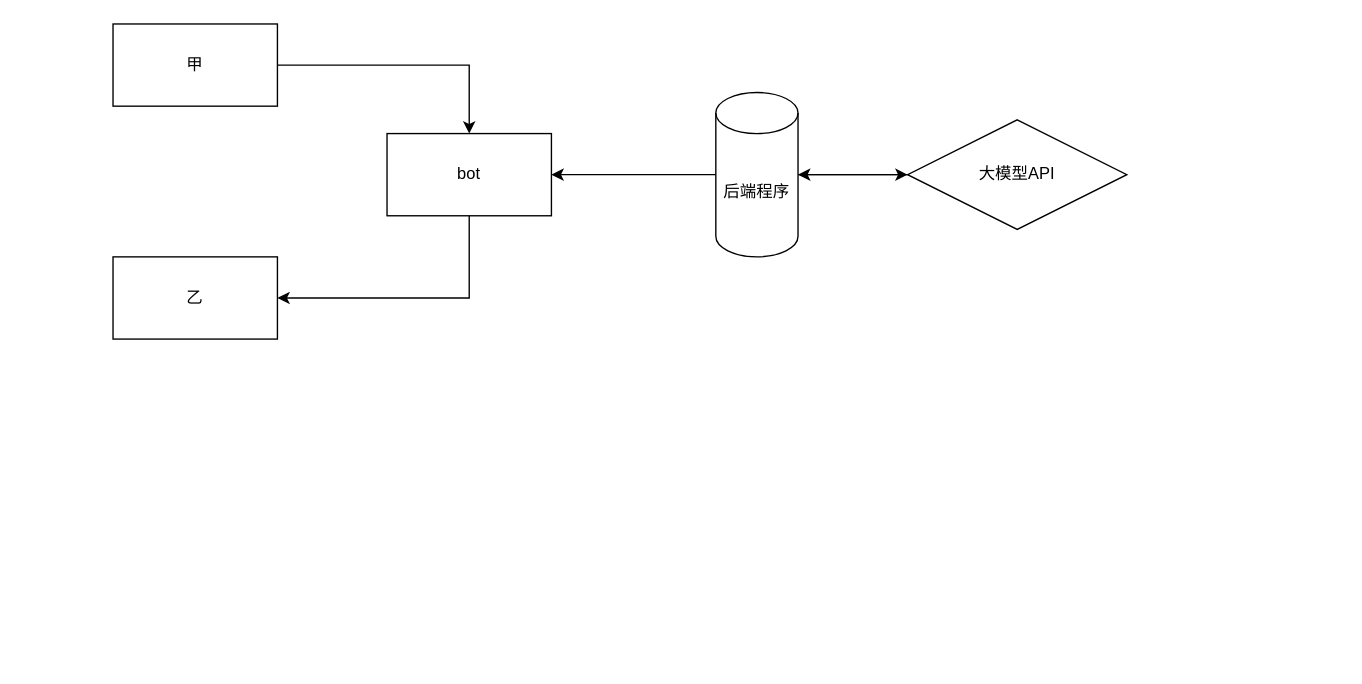
Above: dupagent.drawio in CaptainCCCP/Draw-io-cloud (draw.io), before the change. Source tidied: cells renumbered, new cells numbered last; positions are measured from the earlier drawing's top-left corner, leaving out a move shared by most shapes. Both pictures are drawn from the tidied source at 137%, with x=0, y=0 at pixel (112, 23).
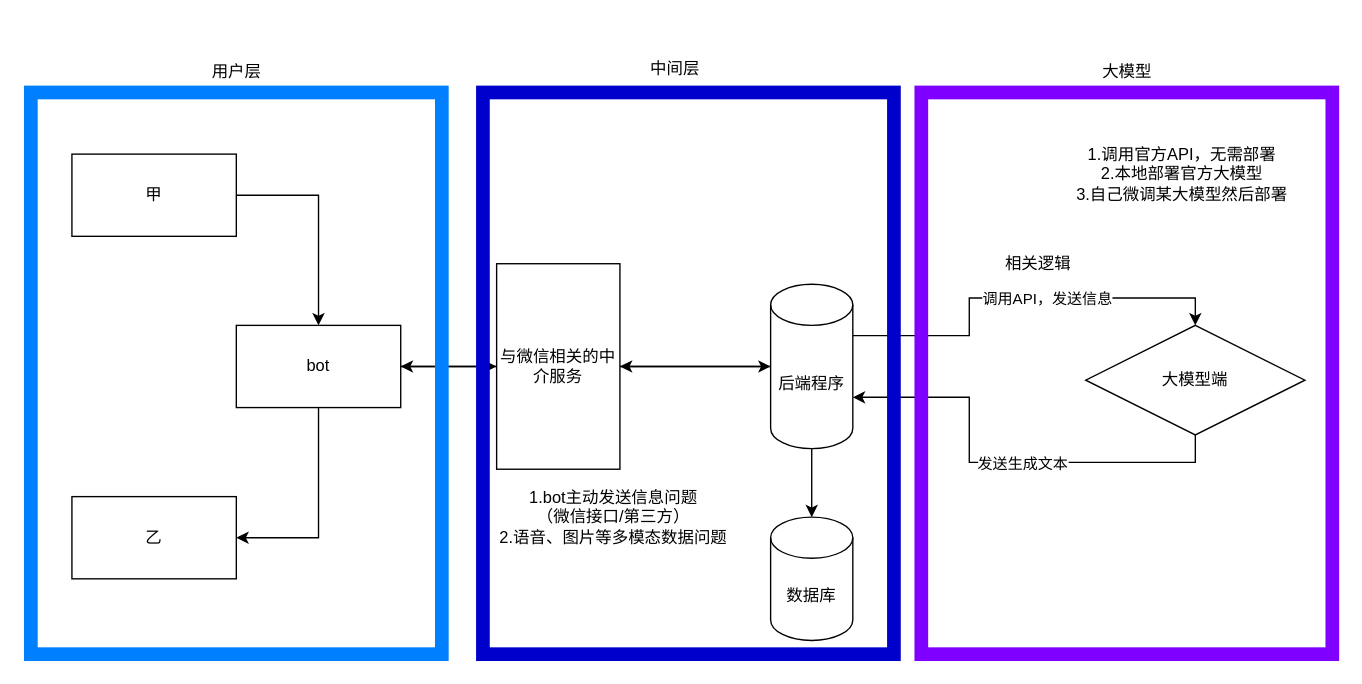
The same page after the edit.

The edit, as a diff of the source:
```diff
@@
     <mxCell id="2" style="edgeStyle=orthogonalEdgeStyle;rounded=0;jettySize=auto;html=1;entryX=0.5;entryY=0;entryDx=0;entryDy=0;" parent="1" edge="1" source="3" target="11">
-      <mxGeometry relative="1" as="geometry" />
+      <mxGeometry relative="1" as="geometry">
+        <Array as="points">
+          <mxPoint x="150" y="125" />
+        </Array>
+      </mxGeometry>
     </mxCell>
     <mxCell id="3" value="甲" style="rounded=0;whiteSpace=wrap;html=1;" parent="1" vertex="1">
-      <mxGeometry width="120" height="60" as="geometry" />
+      <mxGeometry x="-30" y="95" width="120" height="60" as="geometry" />
     </mxCell>
     <mxCell id="4" value="乙" style="rounded=0;whiteSpace=wrap;html=1;" parent="1" vertex="1">
-      <mxGeometry y="170" width="120" height="60" as="geometry" />
+      <mxGeometry x="-30" y="345" width="120" height="60" as="geometry" />
     </mxCell>
-    <mxCell id="5" style="edgeStyle=orthogonalEdgeStyle;rounded=0;jettySize=auto;html=1;" parent="1" edge="1" source="7">
-      <mxGeometry relative="1" as="geometry">
-        <mxPoint x="580" y="110" as="targetPoint" />
-      </mxGeometry>
-    </mxCell>
-    <mxCell id="6" style="edgeStyle=orthogonalEdgeStyle;rounded=0;jettySize=auto;html=1;entryX=1;entryY=0.5;entryDx=0;entryDy=0;" parent="1" edge="1" source="7" target="11">
-      <mxGeometry relative="1" as="geometry" />
-    </mxCell>
+    <mxCell id="12" style="edgeStyle=orthogonalEdgeStyle;rounded=0;jettySize=auto;html=1;exitX=1;exitY=0;exitDx=0;exitDy=37.5;exitPerimeter=0;entryX=0.5;entryY=0;entryDx=0;entryDy=0;" parent="1" edge="1" source="7" target="8">
+      <mxGeometry relative="1" as="geometry" />
+    </mxCell>
+    <mxCell id="13" value="调用API，发送信息" style="edgeLabel;html=1;align=center;verticalAlign=middle;" parent="12" vertex="1">
+      <mxGeometry x="-0.14" relative="1" as="geometry">
+        <mxPoint x="41" as="offset" />
+      </mxGeometry>
+    </mxCell>
+    <mxCell id="14" style="edgeStyle=orthogonalEdgeStyle;rounded=0;jettySize=auto;html=1;exitX=0;exitY=0.5;exitDx=0;exitDy=0;exitPerimeter=0;entryX=1;entryY=0.5;entryDx=0;entryDy=0;" parent="1" edge="1" source="7" target="23">
+      <mxGeometry relative="1" as="geometry" />
+    </mxCell>
     <mxCell id="7" value="后端程序" style="shape=cylinder3;whiteSpace=wrap;html=1;boundedLbl=1;backgroundOutline=1;size=15;" parent="1" vertex="1">
-      <mxGeometry x="440" y="50" width="60" height="120" as="geometry" />
+      <mxGeometry x="480" y="190" width="60" height="120" as="geometry" />
     </mxCell>
-    <mxCell id="8" value="大模型API" style="rhombus;whiteSpace=wrap;html=1;" parent="1" vertex="1">
-      <mxGeometry x="580" y="70" width="160" height="80" as="geometry" />
+    <mxCell id="8" value="大模型端" style="rhombus;whiteSpace=wrap;html=1;" parent="1" vertex="1">
+      <mxGeometry x="710" y="220" width="160" height="80" as="geometry" />
     </mxCell>
+    <mxCell id="10" style="edgeStyle=orthogonalEdgeStyle;rounded=0;jettySize=auto;html=1;entryX=1;entryY=0.5;entryDx=0;entryDy=0;exitX=0.5;exitY=1;exitDx=0;exitDy=0;" parent="1" edge="1" source="11" target="4">
+      <mxGeometry relative="1" as="geometry" />
+    </mxCell>
+    <mxCell id="15" style="edgeStyle=orthogonalEdgeStyle;rounded=0;jettySize=auto;html=1;exitX=1;exitY=0.5;exitDx=0;exitDy=0;" parent="1" edge="1" source="11">
+      <mxGeometry relative="1" as="geometry">
+        <mxPoint x="280" y="250" as="targetPoint" />
+      </mxGeometry>
+    </mxCell>
+    <mxCell id="11" value="bot" style="rounded=0;whiteSpace=wrap;html=1;" parent="1" vertex="1">
+      <mxGeometry x="90" y="220" width="120" height="60" as="geometry" />
+    </mxCell>
+    <mxCell id="16" value="1.bot主动发送信息问题&lt;br&gt;（微信接口/第三方）&lt;br&gt;2.语音、图片等多模态数据问题" style="text;html=1;align=center;verticalAlign=middle;strokeColor=none;fillColor=none;" parent="1" vertex="1">
+      <mxGeometry x="270" y="330" width="190" height="60" as="geometry" />
+    </mxCell>
-    <mxCell id="9" style="edgeStyle=orthogonalEdgeStyle;rounded=0;jettySize=auto;html=1;entryX=1;entryY=0.5;entryDx=0;entryDy=0;entryPerimeter=0;" parent="1" edge="1" source="8" target="7">
+    <mxCell id="9" style="edgeStyle=orthogonalEdgeStyle;rounded=0;jettySize=auto;html=1;exitX=0.5;exitY=1;exitDx=0;exitDy=0;entryX=1;entryY=0;entryDx=0;entryDy=82.5;entryPerimeter=0;" parent="1" edge="1" source="8" target="7">
       <mxGeometry relative="1" as="geometry" />
     </mxCell>
-    <mxCell id="10" style="edgeStyle=orthogonalEdgeStyle;rounded=0;jettySize=auto;html=1;entryX=1;entryY=0.5;entryDx=0;entryDy=0;exitX=0.5;exitY=1;exitDx=0;exitDy=0;" parent="1" edge="1" source="11" target="4">
-      <mxGeometry relative="1" as="geometry" />
-    </mxCell>
-    <mxCell id="11" value="bot" style="rounded=0;whiteSpace=wrap;html=1;" parent="1" vertex="1">
-      <mxGeometry x="200" y="80" width="120" height="60" as="geometry" />
-    </mxCell>
+    <mxCell id="17" value="发送生成文本" style="edgeLabel;html=1;align=center;verticalAlign=middle;" parent="9" vertex="1">
+      <mxGeometry x="0.03" y="2" relative="1" as="geometry">
+        <mxPoint x="17" y="-2" as="offset" />
+      </mxGeometry>
+    </mxCell>
+    <mxCell id="18" value="1.调用官方API，无需部署&lt;br&gt;2.本地部署官方大模型&lt;br&gt;3.自己微调某大模型然后部署" style="text;html=1;align=center;verticalAlign=middle;strokeColor=none;fillColor=none;" parent="1" vertex="1">
+      <mxGeometry x="690" y="80" width="180" height="60" as="geometry" />
+    </mxCell>
+    <mxCell id="19" value="相关逻辑" style="text;html=1;align=center;verticalAlign=middle;strokeColor=none;fillColor=none;" parent="1" vertex="1">
+      <mxGeometry x="640" y="160" width="70" height="30" as="geometry" />
+    </mxCell>
+    <mxCell id="20" value="数据库" style="shape=cylinder3;whiteSpace=wrap;html=1;boundedLbl=1;backgroundOutline=1;size=15;rotation=0;" parent="1" vertex="1">
+      <mxGeometry x="480" y="360" width="60" height="90" as="geometry" />
+    </mxCell>
+    <mxCell id="21" style="edgeStyle=orthogonalEdgeStyle;rounded=0;jettySize=auto;html=1;exitX=0.5;exitY=1;exitDx=0;exitDy=0;exitPerimeter=0;entryX=0.5;entryY=0;entryDx=0;entryDy=0;entryPerimeter=0;" parent="1" edge="1" source="7" target="20">
+      <mxGeometry relative="1" as="geometry" />
+    </mxCell>
+    <mxCell id="22" style="edgeStyle=orthogonalEdgeStyle;rounded=0;jettySize=auto;html=1;exitX=0;exitY=0.5;exitDx=0;exitDy=0;entryX=1;entryY=0.5;entryDx=0;entryDy=0;" parent="1" edge="1" source="23" target="11">
+      <mxGeometry relative="1" as="geometry" />
+    </mxCell>
+    <mxCell id="23" value="与微信相关的中介服务" style="rounded=0;whiteSpace=wrap;html=1;" parent="1" vertex="1">
+      <mxGeometry x="280" y="175" width="90" height="150" as="geometry" />
+    </mxCell>
+    <mxCell id="24" style="rounded=0;whiteSpace=wrap;html=1;fillColor=none;strokeColor=#007FFF;strokeWidth=10;" parent="1" vertex="1">
+      <mxGeometry x="-60" y="50" width="300" height="410" as="geometry" />
+    </mxCell>
+    <mxCell id="25" value="用户层" style="text;html=1;align=center;verticalAlign=middle;strokeColor=none;fillColor=none;" parent="1" vertex="1">
+      <mxGeometry x="60" y="20" width="60" height="30" as="geometry" />
+    </mxCell>
+    <mxCell id="26" style="edgeStyle=orthogonalEdgeStyle;rounded=0;jettySize=auto;html=1;exitX=1;exitY=0.5;exitDx=0;exitDy=0;entryX=0;entryY=0.5;entryDx=0;entryDy=0;entryPerimeter=0;" parent="1" edge="1" source="23" target="7">
+      <mxGeometry relative="1" as="geometry" />
+    </mxCell>
+    <mxCell id="27" style="rounded=0;whiteSpace=wrap;html=1;fillColor=none;strokeColor=#0000CC;strokeWidth=10;" parent="1" vertex="1">
+      <mxGeometry x="270" y="50" width="300" height="410" as="geometry" />
+    </mxCell>
+    <mxCell id="28" style="rounded=0;whiteSpace=wrap;html=1;fillColor=none;strokeColor=#7F00FF;strokeWidth=10;" parent="1" vertex="1">
+      <mxGeometry x="590" y="50" width="300" height="410" as="geometry" />
+    </mxCell>
+    <mxCell id="29" value="中间层" style="text;html=1;align=center;verticalAlign=middle;strokeColor=none;fillColor=none;" parent="1" vertex="1">
+      <mxGeometry x="380" y="18" width="60" height="30" as="geometry" />
+    </mxCell>
+    <mxCell id="30" value="大模型" style="text;html=1;align=center;verticalAlign=middle;strokeColor=none;fillColor=none;" parent="1" vertex="1">
+      <mxGeometry x="710" y="20" width="60" height="30" as="geometry" />
+    </mxCell>
```
